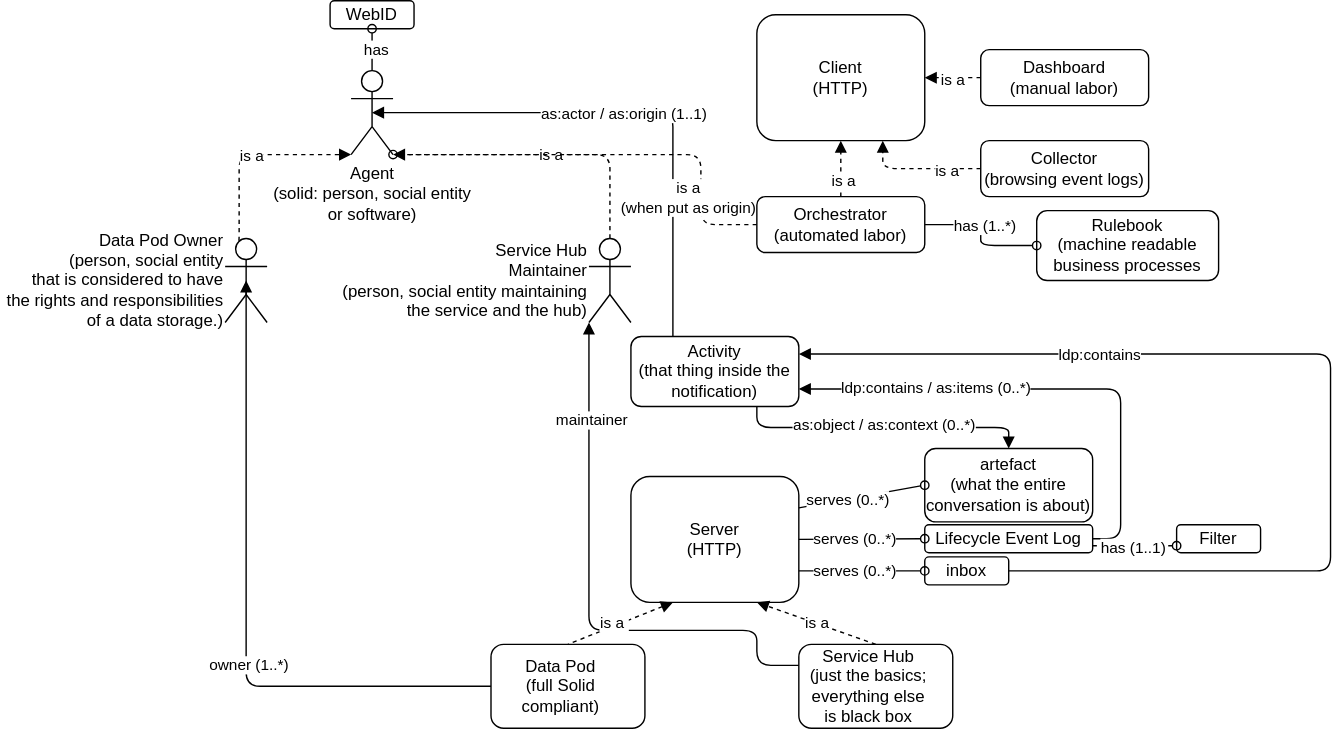
Before: images/terminology.svg, a diagram exported from draw.io (MellonScholarlyCommunication/spec-overview). Source tidied: cells renumbered, new cells last; positions are measured from the earlier drawing's top-left corner, leaving out a move shared by most shapes. Source of this version:
```xml
<mxGraphModel>
  <root>
    <mxCell id="0" />
    <mxCell id="1" parent="0" />
    <mxCell id="2" style="edgeStyle=orthogonalEdgeStyle;html=1;exitX=0.5;exitY=0.5;exitDx=0;exitDy=0;exitPerimeter=0;entryX=0.25;entryY=0;entryDx=0;entryDy=0;startArrow=block;startFill=1;endArrow=none;endFill=0;" parent="1" edge="1" source="6" target="35">
      <mxGeometry relative="1" as="geometry" />
    </mxCell>
    <mxCell id="3" value="as:actor / as:origin (1..1)" style="edgeLabel;html=1;align=center;verticalAlign=middle;" parent="2" vertex="1">
      <mxGeometry x="-0.1" relative="1" as="geometry">
        <mxPoint x="10" as="offset" />
      </mxGeometry>
    </mxCell>
    <mxCell id="4" style="edgeStyle=orthogonalEdgeStyle;html=1;exitX=0.5;exitY=0;exitDx=0;exitDy=0;exitPerimeter=0;entryX=0.5;entryY=1;entryDx=0;entryDy=0;startArrow=none;startFill=0;endArrow=oval;endFill=0;" parent="1" edge="1" source="6" target="34">
      <mxGeometry relative="1" as="geometry" />
    </mxCell>
    <mxCell id="5" value="has" style="edgeLabel;html=1;align=center;verticalAlign=middle;" parent="4" vertex="1">
      <mxGeometry x="0.04" y="-2" relative="1" as="geometry" />
    </mxCell>
    <mxCell id="6" value="Agent&lt;br&gt;(solid: person, social entity &lt;br&gt;or software)" style="shape=umlActor;verticalLabelPosition=bottom;verticalAlign=top;html=1;outlineConnect=0;" parent="1" vertex="1">
      <mxGeometry x="90" y="50" width="30" height="60" as="geometry" />
    </mxCell>
    <mxCell id="7" style="edgeStyle=orthogonalEdgeStyle;html=1;exitX=0;exitY=0.5;exitDx=0;exitDy=0;startArrow=none;startFill=0;endArrow=block;endFill=1;entryX=0.5;entryY=0.5;entryDx=0;entryDy=0;entryPerimeter=0;" parent="1" edge="1" source="9" target="39">
      <mxGeometry relative="1" as="geometry">
        <Array as="points">
          <mxPoint x="15" y="490" />
        </Array>
      </mxGeometry>
    </mxCell>
    <mxCell id="8" value="owner (1..*)" style="edgeLabel;html=1;align=center;verticalAlign=middle;" parent="7" vertex="1">
      <mxGeometry x="-0.18" y="-1" relative="1" as="geometry" />
    </mxCell>
    <mxCell id="9" value="&lt;div&gt;Data Pod&lt;br&gt;&lt;/div&gt;&lt;div&gt;(full Solid compliant)&lt;/div&gt;" style="rounded=1;whiteSpace=wrap;html=1;strokeWidth=1;strokeColor=default;align=center;verticalAlign=middle;spacingRight=10;fillColor=none;" parent="1" vertex="1">
      <mxGeometry x="190" y="460" width="110" height="60" as="geometry" />
    </mxCell>
    <mxCell id="10" style="edgeStyle=none;html=1;exitX=0.5;exitY=0;exitDx=0;exitDy=0;entryX=0.75;entryY=1;entryDx=0;entryDy=0;endArrow=block;endFill=1;dashed=1;" parent="1" edge="1" source="14" target="22">
      <mxGeometry relative="1" as="geometry" />
    </mxCell>
    <mxCell id="11" value="is a" style="edgeLabel;html=1;align=center;verticalAlign=middle;" parent="10" vertex="1">
      <mxGeometry relative="1" as="geometry">
        <mxPoint y="-1" as="offset" />
      </mxGeometry>
    </mxCell>
    <mxCell id="12" style="edgeStyle=orthogonalEdgeStyle;html=1;exitX=0;exitY=0.25;exitDx=0;exitDy=0;startArrow=none;startFill=0;endArrow=block;endFill=1;entryX=0;entryY=1;entryDx=0;entryDy=0;entryPerimeter=0;" parent="1" edge="1" source="14" target="42">
      <mxGeometry relative="1" as="geometry">
        <Array as="points">
          <mxPoint x="380" y="475" />
          <mxPoint x="380" y="450" />
          <mxPoint x="260" y="450" />
        </Array>
      </mxGeometry>
    </mxCell>
    <mxCell id="13" value="maintainer" style="edgeLabel;html=1;align=center;verticalAlign=middle;" parent="12" vertex="1">
      <mxGeometry x="0.65" y="-1" relative="1" as="geometry" />
    </mxCell>
    <mxCell id="14" value="&lt;div&gt;Service Hub&lt;br&gt;&lt;/div&gt;&lt;div&gt;(just the basics; everything else is&amp;nbsp;&lt;span&gt;black box&lt;/span&gt;&lt;/div&gt;" style="rounded=1;whiteSpace=wrap;html=1;strokeWidth=1;strokeColor=default;align=center;verticalAlign=middle;spacingRight=10;fillColor=none;" parent="1" vertex="1">
      <mxGeometry x="410" y="460" width="110" height="60" as="geometry" />
    </mxCell>
    <mxCell id="15" style="edgeStyle=none;html=1;exitX=1;exitY=0.25;exitDx=0;exitDy=0;entryX=0;entryY=0.5;entryDx=0;entryDy=0;endArrow=oval;endFill=0;" parent="1" edge="1" source="22" target="33">
      <mxGeometry relative="1" as="geometry" />
    </mxCell>
    <mxCell id="16" value="serves (0..*)" style="edgeLabel;html=1;align=center;verticalAlign=middle;" parent="15" vertex="1">
      <mxGeometry x="-0.23" y="1" relative="1" as="geometry">
        <mxPoint y="1" as="offset" />
      </mxGeometry>
    </mxCell>
    <mxCell id="17" style="edgeStyle=none;html=1;exitX=1;exitY=0.5;exitDx=0;exitDy=0;entryX=0;entryY=0.5;entryDx=0;entryDy=0;endArrow=oval;endFill=0;" parent="1" edge="1" source="22" target="30">
      <mxGeometry relative="1" as="geometry" />
    </mxCell>
    <mxCell id="18" value="serves (0..*)" style="edgeLabel;html=1;align=center;verticalAlign=middle;" parent="17" vertex="1">
      <mxGeometry x="0.03" y="2" relative="1" as="geometry">
        <mxPoint x="-6" y="2" as="offset" />
      </mxGeometry>
    </mxCell>
    <mxCell id="19" style="edgeStyle=none;html=1;exitX=1;exitY=0.75;exitDx=0;exitDy=0;entryX=0;entryY=0.5;entryDx=0;entryDy=0;endArrow=oval;endFill=0;" parent="1" edge="1" source="22" target="25">
      <mxGeometry relative="1" as="geometry" />
    </mxCell>
    <mxCell id="20" style="edgeStyle=none;html=1;exitX=0.25;exitY=1;exitDx=0;exitDy=0;entryX=0.5;entryY=0;entryDx=0;entryDy=0;endArrow=none;endFill=0;startArrow=block;startFill=1;dashed=1;" parent="1" edge="1" source="22" target="9">
      <mxGeometry relative="1" as="geometry" />
    </mxCell>
    <mxCell id="21" value="is a&amp;nbsp;" style="edgeLabel;html=1;align=center;verticalAlign=middle;" parent="20" vertex="1">
      <mxGeometry x="0.11" y="-2" relative="1" as="geometry" />
    </mxCell>
    <mxCell id="22" value="Server&lt;br&gt;(HTTP)" style="rounded=1;whiteSpace=wrap;html=1;fillColor=none;" parent="1" vertex="1">
      <mxGeometry x="290" y="340" width="120" height="90" as="geometry" />
    </mxCell>
    <mxCell id="23" style="edgeStyle=orthogonalEdgeStyle;html=1;exitX=1;exitY=0.5;exitDx=0;exitDy=0;entryX=1;entryY=0.25;entryDx=0;entryDy=0;startArrow=none;startFill=0;endArrow=block;endFill=1;" parent="1" edge="1" source="25" target="35">
      <mxGeometry relative="1" as="geometry">
        <Array as="points">
          <mxPoint x="790" y="408" />
          <mxPoint x="790" y="253" />
        </Array>
      </mxGeometry>
    </mxCell>
    <mxCell id="24" value="ldp:contains" style="edgeLabel;html=1;align=center;verticalAlign=middle;" parent="23" vertex="1">
      <mxGeometry x="0.44" relative="1" as="geometry" />
    </mxCell>
    <mxCell id="25" value="inbox" style="rounded=1;whiteSpace=wrap;html=1;fillColor=none;" parent="1" vertex="1">
      <mxGeometry x="500" y="397.5" width="60" height="20" as="geometry" />
    </mxCell>
    <mxCell id="26" style="edgeStyle=orthogonalEdgeStyle;html=1;exitX=1;exitY=0.5;exitDx=0;exitDy=0;entryX=1;entryY=0.75;entryDx=0;entryDy=0;startArrow=none;startFill=0;endArrow=block;endFill=1;" parent="1" edge="1" source="30" target="35">
      <mxGeometry relative="1" as="geometry">
        <Array as="points">
          <mxPoint x="640" y="385" />
          <mxPoint x="640" y="278" />
        </Array>
      </mxGeometry>
    </mxCell>
    <mxCell id="27" value="ldp:contains / as:items (0..*)" style="edgeLabel;html=1;align=center;verticalAlign=middle;" parent="26" vertex="1">
      <mxGeometry x="0.6" y="-1" relative="1" as="geometry">
        <mxPoint x="25" as="offset" />
      </mxGeometry>
    </mxCell>
    <mxCell id="28" style="edgeStyle=orthogonalEdgeStyle;html=1;exitX=1;exitY=0.75;exitDx=0;exitDy=0;entryX=0;entryY=0.75;entryDx=0;entryDy=0;dashed=1;startArrow=none;startFill=0;endArrow=oval;endFill=0;" parent="1" edge="1" source="30" target="57">
      <mxGeometry relative="1" as="geometry" />
    </mxCell>
    <mxCell id="29" value="has (1..1)" style="edgeLabel;html=1;align=center;verticalAlign=middle;" parent="28" vertex="1">
      <mxGeometry x="-0.05" y="-1" relative="1" as="geometry" />
    </mxCell>
    <mxCell id="30" value="Lifecycle Event Log" style="rounded=1;whiteSpace=wrap;html=1;fillColor=none;" parent="1" vertex="1">
      <mxGeometry x="500" y="374.5" width="120" height="20" as="geometry" />
    </mxCell>
    <mxCell id="31" style="edgeStyle=orthogonalEdgeStyle;html=1;exitX=0.5;exitY=0;exitDx=0;exitDy=0;entryX=0.75;entryY=1;entryDx=0;entryDy=0;startArrow=block;startFill=1;endArrow=none;endFill=0;" parent="1" edge="1" source="33" target="35">
      <mxGeometry relative="1" as="geometry" />
    </mxCell>
    <mxCell id="32" value="as:object / as:context (0..*)" style="edgeLabel;html=1;align=center;verticalAlign=middle;" parent="31" vertex="1">
      <mxGeometry x="0.22" y="-3" relative="1" as="geometry">
        <mxPoint x="23" as="offset" />
      </mxGeometry>
    </mxCell>
    <mxCell id="33" value="artefact&lt;br&gt;(what the entire conversation is about)" style="rounded=1;whiteSpace=wrap;html=1;fillColor=none;strokeColor=#000000;strokeWidth=1;" parent="1" vertex="1">
      <mxGeometry x="500" y="320" width="120" height="52.5" as="geometry" />
    </mxCell>
    <mxCell id="34" value="WebID" style="rounded=1;whiteSpace=wrap;html=1;fillColor=none;" parent="1" vertex="1">
      <mxGeometry x="75" width="60" height="20" as="geometry" />
    </mxCell>
    <mxCell id="35" value="Activity&lt;br&gt;(that thing inside the notification)" style="rounded=1;whiteSpace=wrap;html=1;fillColor=default;" parent="1" vertex="1">
      <mxGeometry x="290" y="240" width="120" height="50" as="geometry" />
    </mxCell>
    <mxCell id="36" value="serves (0..*)" style="edgeLabel;html=1;align=center;verticalAlign=middle;" parent="1" vertex="1">
      <mxGeometry x="450" y="407.5" as="geometry" />
    </mxCell>
    <mxCell id="37" style="edgeStyle=orthogonalEdgeStyle;html=1;exitX=0.25;exitY=0.1;exitDx=0;exitDy=0;exitPerimeter=0;entryX=0;entryY=1;entryDx=0;entryDy=0;entryPerimeter=0;startArrow=none;startFill=0;endArrow=block;endFill=1;dashed=1;" parent="1" edge="1" source="39" target="6">
      <mxGeometry relative="1" as="geometry">
        <Array as="points">
          <mxPoint x="10" y="176" />
          <mxPoint x="10" y="110" />
        </Array>
      </mxGeometry>
    </mxCell>
    <mxCell id="38" value="is a" style="edgeLabel;html=1;align=center;verticalAlign=middle;" parent="37" vertex="1">
      <mxGeometry x="0.04" relative="1" as="geometry" />
    </mxCell>
    <mxCell id="39" value="Data Pod Owner&lt;br&gt;(person, social entity &lt;br&gt;that is considered to have &lt;br&gt;the rights and responsibilities &lt;br&gt;of a data storage.)" style="shape=umlActor;verticalLabelPosition=middle;verticalAlign=middle;html=1;outlineConnect=0;labelPosition=left;align=right;" parent="1" vertex="1">
      <mxGeometry y="170" width="30" height="60" as="geometry" />
    </mxCell>
    <mxCell id="40" style="edgeStyle=orthogonalEdgeStyle;html=1;exitX=0.5;exitY=0;exitDx=0;exitDy=0;exitPerimeter=0;entryX=1;entryY=1;entryDx=0;entryDy=0;entryPerimeter=0;startArrow=none;startFill=0;endArrow=block;endFill=1;dashed=1;" parent="1" edge="1" source="42" target="6">
      <mxGeometry relative="1" as="geometry">
        <Array as="points">
          <mxPoint x="275" y="110" />
        </Array>
      </mxGeometry>
    </mxCell>
    <mxCell id="41" value="is a" style="edgeLabel;html=1;align=center;verticalAlign=middle;" parent="40" vertex="1">
      <mxGeometry x="-0.04" y="-1" relative="1" as="geometry" />
    </mxCell>
    <mxCell id="42" value="Service Hub&lt;br&gt;Maintainer&lt;br&gt;(person, social entity maintaining &lt;br&gt;the service and the hub)" style="shape=umlActor;verticalLabelPosition=middle;verticalAlign=middle;html=1;outlineConnect=0;labelPosition=left;align=right;" parent="1" vertex="1">
      <mxGeometry x="260" y="170" width="30" height="60" as="geometry" />
    </mxCell>
    <mxCell id="43" style="edgeStyle=orthogonalEdgeStyle;html=1;exitX=0.5;exitY=0;exitDx=0;exitDy=0;dashed=1;startArrow=none;startFill=0;endArrow=block;endFill=1;" parent="1" edge="1" source="49" target="53">
      <mxGeometry relative="1" as="geometry" />
    </mxCell>
    <mxCell id="44" value="is a" style="edgeLabel;html=1;align=center;verticalAlign=middle;" parent="43" vertex="1">
      <mxGeometry x="-0.39" y="-1" relative="1" as="geometry" />
    </mxCell>
    <mxCell id="45" style="edgeStyle=orthogonalEdgeStyle;html=1;exitX=1;exitY=0.5;exitDx=0;exitDy=0;entryX=0;entryY=0.5;entryDx=0;entryDy=0;startArrow=none;startFill=0;endArrow=oval;endFill=0;" parent="1" edge="1" source="49" target="58">
      <mxGeometry relative="1" as="geometry" />
    </mxCell>
    <mxCell id="46" value="has (1..*)" style="edgeLabel;html=1;align=center;verticalAlign=middle;" parent="45" vertex="1">
      <mxGeometry x="-0.16" y="1" relative="1" as="geometry">
        <mxPoint x="1" as="offset" />
      </mxGeometry>
    </mxCell>
    <mxCell id="47" style="edgeStyle=orthogonalEdgeStyle;html=1;exitX=0;exitY=0.5;exitDx=0;exitDy=0;startArrow=none;startFill=0;endArrow=oval;endFill=0;dashed=1;" parent="1" edge="1" source="49">
      <mxGeometry relative="1" as="geometry">
        <mxPoint x="120" y="110" as="targetPoint" />
        <Array as="points">
          <mxPoint x="340" y="160" />
          <mxPoint x="340" y="110" />
        </Array>
      </mxGeometry>
    </mxCell>
    <mxCell id="48" value="is a &lt;br&gt;(when put as origin)" style="edgeLabel;html=1;align=center;verticalAlign=middle;" parent="47" vertex="1">
      <mxGeometry x="-0.13" relative="1" as="geometry">
        <mxPoint x="34" y="30" as="offset" />
      </mxGeometry>
    </mxCell>
    <mxCell id="49" value="Orchestrator&lt;br&gt;(automated labor)" style="rounded=1;whiteSpace=wrap;html=1;fillColor=default;" parent="1" vertex="1">
      <mxGeometry x="380" y="140" width="120" height="40" as="geometry" />
    </mxCell>
    <mxCell id="50" style="edgeStyle=orthogonalEdgeStyle;html=1;exitX=0;exitY=0.5;exitDx=0;exitDy=0;entryX=0.75;entryY=1;entryDx=0;entryDy=0;dashed=1;startArrow=none;startFill=0;endArrow=block;endFill=1;" parent="1" edge="1" source="52" target="53">
      <mxGeometry relative="1" as="geometry" />
    </mxCell>
    <mxCell id="51" value="is a" style="edgeLabel;html=1;align=center;verticalAlign=middle;" parent="50" vertex="1">
      <mxGeometry x="-0.45" y="1" relative="1" as="geometry" />
    </mxCell>
    <mxCell id="52" value="Collector&lt;br&gt;(browsing event logs)" style="rounded=1;whiteSpace=wrap;html=1;fillColor=default;" parent="1" vertex="1">
      <mxGeometry x="540" y="100" width="120" height="40" as="geometry" />
    </mxCell>
    <mxCell id="53" value="Client&lt;br&gt;(HTTP)" style="rounded=1;whiteSpace=wrap;html=1;fillColor=none;" parent="1" vertex="1">
      <mxGeometry x="380" y="10" width="120" height="90" as="geometry" />
    </mxCell>
    <mxCell id="54" style="edgeStyle=orthogonalEdgeStyle;html=1;exitX=0;exitY=0.5;exitDx=0;exitDy=0;entryX=1;entryY=0.5;entryDx=0;entryDy=0;dashed=1;startArrow=none;startFill=0;endArrow=block;endFill=1;" parent="1" edge="1" source="56" target="53">
      <mxGeometry relative="1" as="geometry" />
    </mxCell>
    <mxCell id="55" value="is a" style="edgeLabel;html=1;align=center;verticalAlign=middle;" parent="54" vertex="1">
      <mxGeometry x="0.05" y="1" relative="1" as="geometry" />
    </mxCell>
    <mxCell id="56" value="Dashboard&lt;br&gt;(manual labor)" style="rounded=1;whiteSpace=wrap;html=1;fillColor=default;" parent="1" vertex="1">
      <mxGeometry x="540" y="35" width="120" height="40" as="geometry" />
    </mxCell>
    <mxCell id="57" value="Filter" style="rounded=1;whiteSpace=wrap;html=1;fillColor=none;" parent="1" vertex="1">
      <mxGeometry x="680" y="374.5" width="60" height="20" as="geometry" />
    </mxCell>
    <mxCell id="58" value="Rulebook&lt;br&gt;(machine readable business processes" style="rounded=1;whiteSpace=wrap;html=1;fillColor=none;" parent="1" vertex="1">
      <mxGeometry x="580" y="150" width="130" height="50" as="geometry" />
    </mxCell>
  </root>
</mxGraphModel>
```
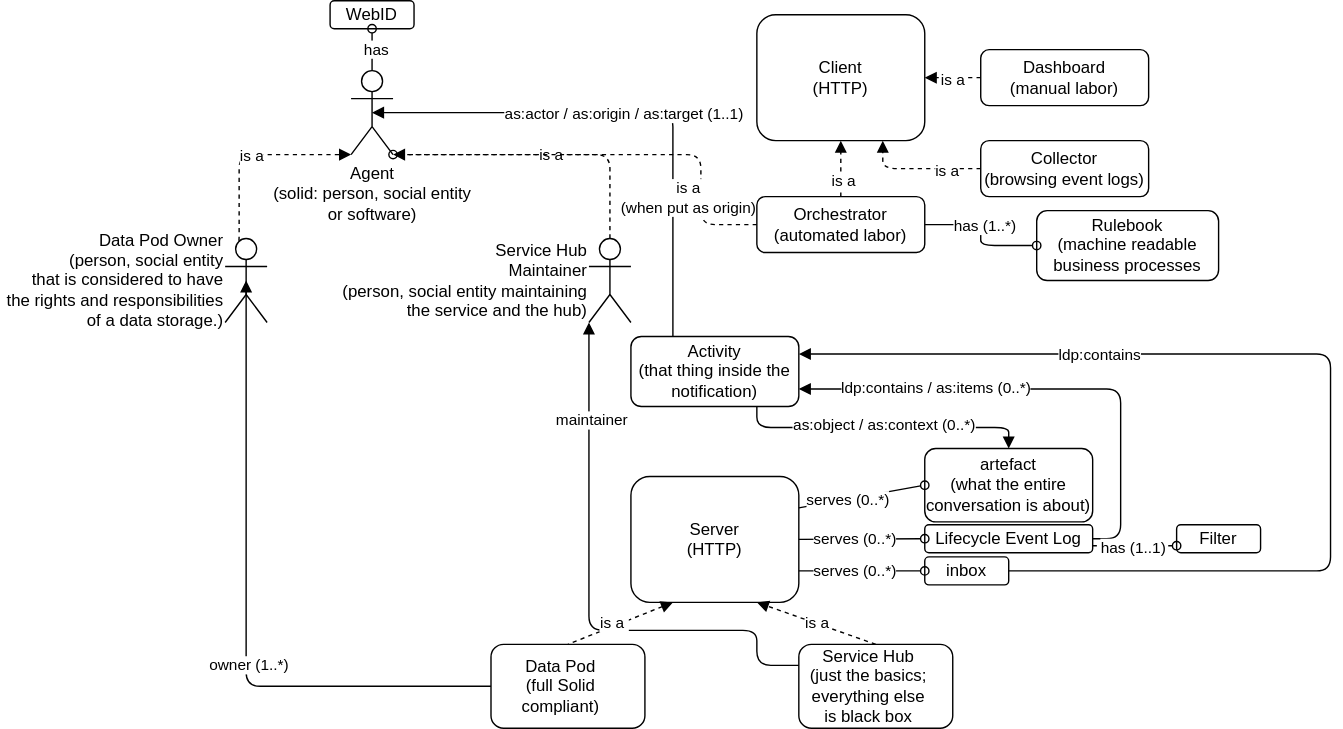
After the change.

Commit message:
Add target to terminology diagram

Diff of the diagram source:
```diff
@@ -5,7 +5,7 @@
     <mxCell id="2" style="edgeStyle=orthogonalEdgeStyle;html=1;exitX=0.5;exitY=0.5;exitDx=0;exitDy=0;exitPerimeter=0;entryX=0.25;entryY=0;entryDx=0;entryDy=0;startArrow=block;startFill=1;endArrow=none;endFill=0;" parent="1" edge="1" source="6" target="35">
       <mxGeometry relative="1" as="geometry" />
     </mxCell>
-    <mxCell id="3" value="as:actor / as:origin (1..1)" style="edgeLabel;html=1;align=center;verticalAlign=middle;" parent="2" vertex="1">
+    <mxCell id="3" value="as:actor / as:origin / as:target (1..1)" style="edgeLabel;html=1;align=center;verticalAlign=middle;" parent="2" vertex="1">
       <mxGeometry x="-0.1" relative="1" as="geometry">
         <mxPoint x="10" as="offset" />
       </mxGeometry>
```
